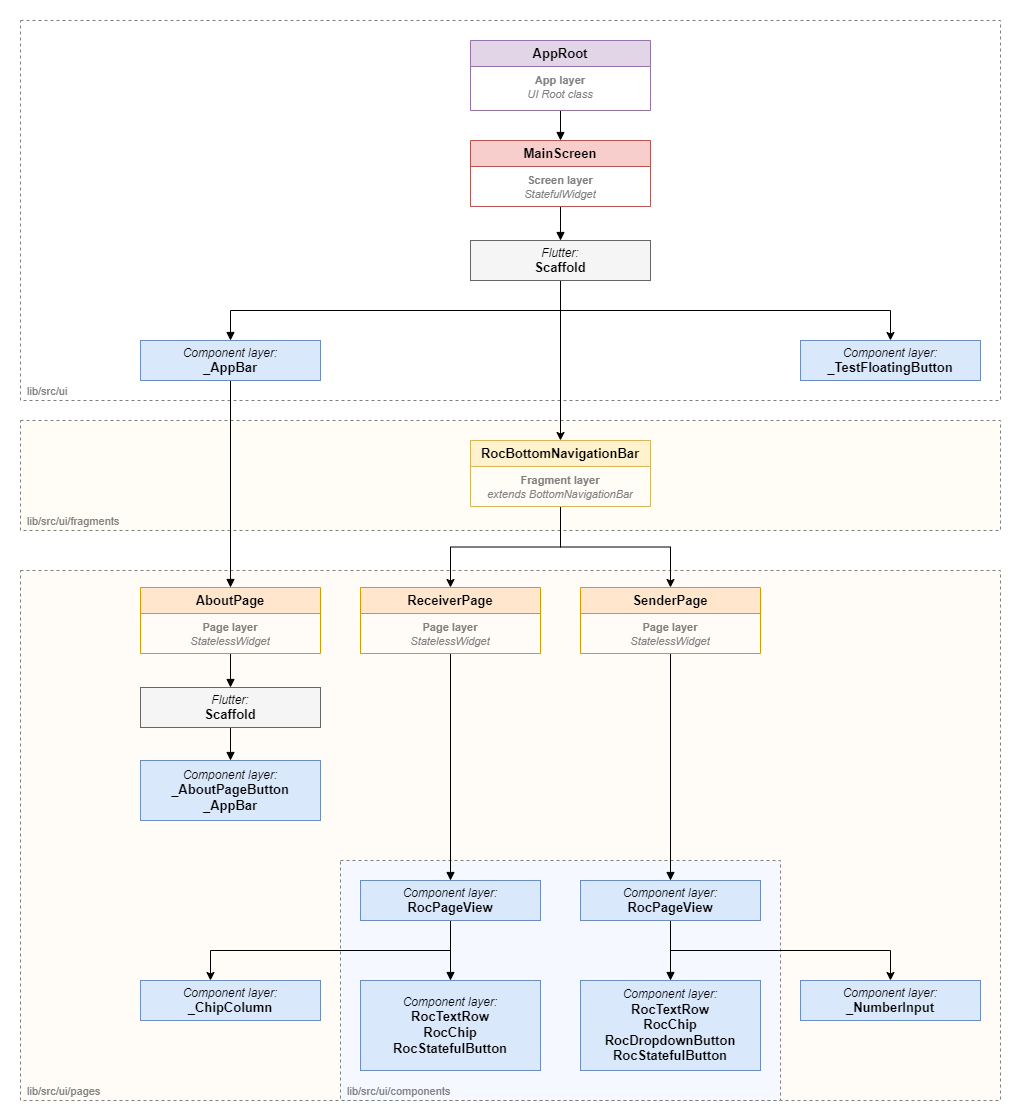
Above: docs/diagrams/widget_tree.png in roc-streaming/roc-droid (draw.io), before the change. Source tidied: cells renumbered, new cells last; positions are measured from the earlier drawing's top-left corner, leaving out a move shared by most shapes.
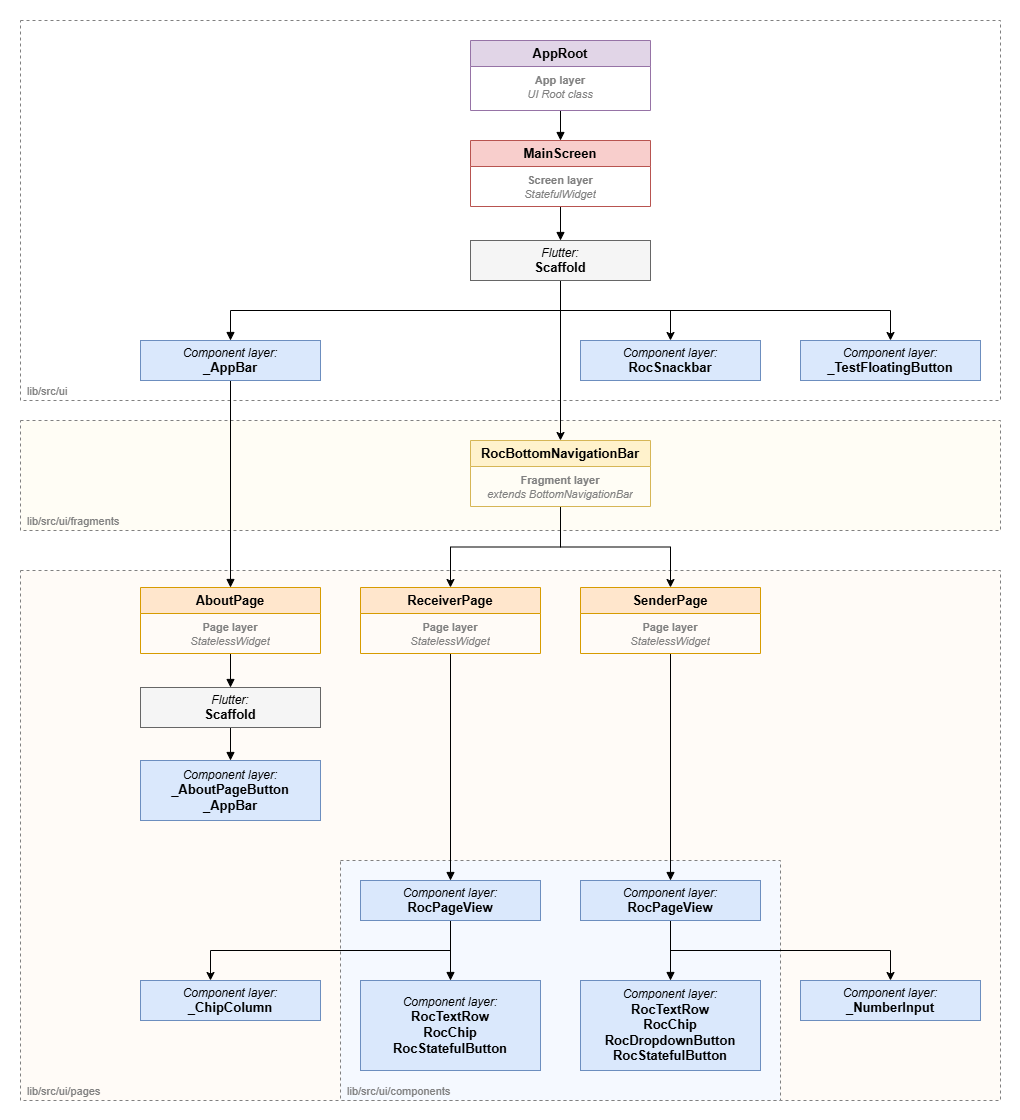
Later version of the same file.

What changed in the source:
```diff
@@ -45,6 +45,9 @@
     <mxCell id="12" style="edgeStyle=orthogonalEdgeStyle;rounded=0;jettySize=auto;html=1;" parent="1" edge="1" source="13" target="44">
       <mxGeometry relative="1" as="geometry" />
     </mxCell>
+    <mxCell id="46" style="edgeStyle=orthogonalEdgeStyle;rounded=0;jettySize=auto;html=1;entryX=0.5;entryY=0;entryDx=0;entryDy=0;" parent="1" edge="1" source="13" target="47">
+      <mxGeometry relative="1" as="geometry" />
+    </mxCell>
     <mxCell id="13" value="&lt;font color=&quot;#000000&quot; style=&quot;font-size: 12px;&quot;&gt;&lt;i&gt;Flutter:&lt;/i&gt;&lt;/font&gt;&lt;div&gt;&lt;font color=&quot;#000000&quot; style=&quot;font-size: 13px;&quot;&gt;&lt;b&gt;Scaffold&lt;/b&gt;&lt;/font&gt;&lt;/div&gt;" style="whiteSpace=wrap;html=1;align=center;fillColor=#f5f5f5;fontColor=#333333;strokeColor=#666666;" parent="1" vertex="1">
       <mxGeometry x="470" y="240" width="180" height="40" as="geometry" />
     </mxCell>
@@ -154,5 +157,8 @@
     <mxCell id="45" value="&lt;div&gt;&lt;font color=&quot;#808080&quot;&gt;&lt;span style=&quot;font-size: 11px;&quot;&gt;&lt;b&gt;Fragment l&lt;/b&gt;&lt;/span&gt;&lt;/font&gt;&lt;b style=&quot;background-color: initial; color: rgb(128, 128, 128); font-size: 11px;&quot;&gt;ayer&lt;/b&gt;&lt;/div&gt;&lt;i style=&quot;color: rgb(51, 51, 51);&quot;&gt;&lt;font style=&quot;font-size: 11px;&quot; color=&quot;#808080&quot;&gt;extends BottomNavigationBar&lt;/font&gt;&lt;/i&gt;" style="text;strokeColor=none;fillColor=none;align=center;verticalAlign=top;spacingLeft=4;spacingRight=4;overflow=hidden;whiteSpace=wrap;html=1;" parent="44" vertex="1">
       <mxGeometry y="26" width="180" height="40" as="geometry" />
     </mxCell>
+    <mxCell id="47" value="&lt;font color=&quot;#000000&quot; style=&quot;font-size: 12px;&quot;&gt;&lt;i&gt;Component layer:&lt;/i&gt;&lt;/font&gt;&lt;div&gt;&lt;font color=&quot;#000000&quot;&gt;&lt;span style=&quot;font-size: 13px;&quot;&gt;&lt;b&gt;RocSnackbar&lt;/b&gt;&lt;/span&gt;&lt;/font&gt;&lt;/div&gt;" style="whiteSpace=wrap;html=1;align=center;fillColor=#dae8fc;strokeColor=#6c8ebf;" parent="1" vertex="1">
+      <mxGeometry x="580" y="340" width="180" height="40" as="geometry" />
+    </mxCell>
   </root>
 </mxGraphModel>
```
